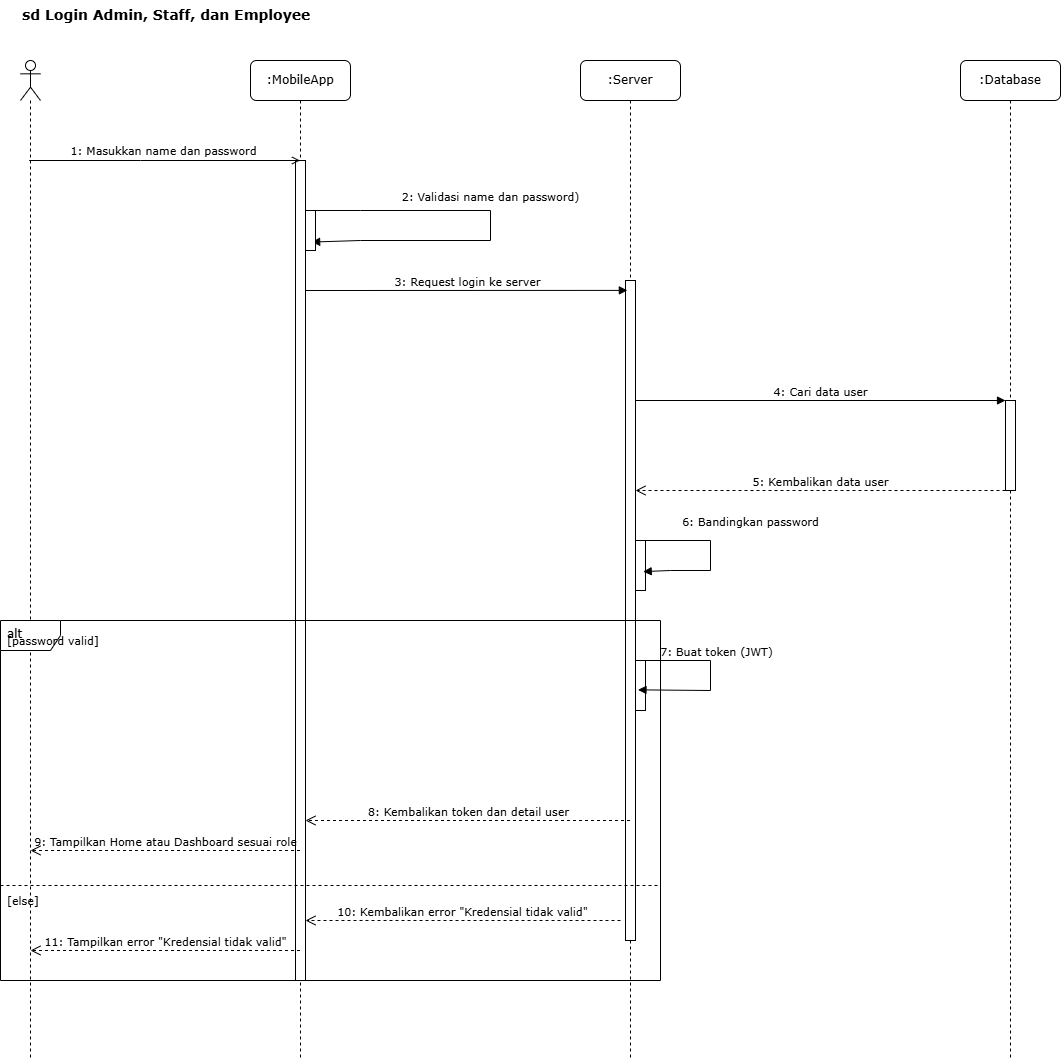
Earlier version of the draw.io export Diagram/sequence-diagram-skripsi-login.drawio.png (Rizz404/SKRIPSI_V2). Source tidied: cells renumbered, new cells last; positions are measured from the earlier drawing's top-left corner, leaving out a move shared by most shapes.
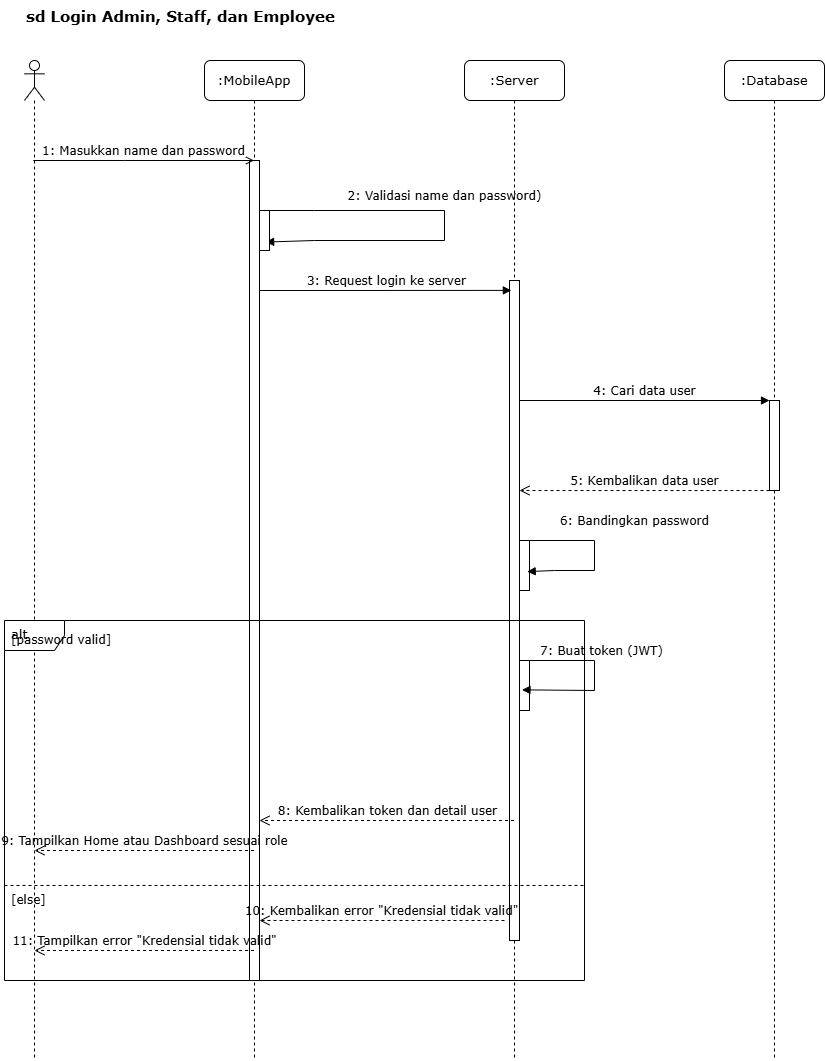
After the commit.

Commit message:
feat(diagram): tambahin semua deskripsi activity diagram

What changed in the source:
```diff
@@ -2,147 +2,147 @@
   <root>
     <mxCell id="0" />
     <mxCell id="1" parent="0" />
-    <mxCell id="2" value="sd Login Admin, Staff, dan Employee" style="text;html=1;strokeColor=none;fillColor=none;align=left;verticalAlign=top;whiteSpace=wrap;rounded=0;fontFamily=Verdana;fontSize=14;fontStyle=1;" parent="1" vertex="1">
-      <mxGeometry x="20" width="320" height="30" as="geometry" />
+    <mxCell id="2" value="sd Login Admin, Staff, dan Employee" style="text;html=1;strokeColor=none;fillColor=none;align=left;verticalAlign=top;whiteSpace=wrap;rounded=0;fontFamily=Verdana;fontSize=15;fontStyle=1;" parent="1" vertex="1">
+      <mxGeometry x="-60" width="320" height="30" as="geometry" />
     </mxCell>
-    <mxCell id="3" value=":MobileApp" style="shape=umlLifeline;perimeter=lifelinePerimeter;whiteSpace=wrap;html=1;outlineConnect=0;rounded=1;shadow=0;comic=0;labelBackgroundColor=none;strokeWidth=1;fontFamily=Verdana;fontSize=12;align=center;" parent="1" vertex="1">
-      <mxGeometry x="250" y="60" width="100" height="1000" as="geometry" />
+    <mxCell id="3" value=":MobileApp" style="shape=umlLifeline;perimeter=lifelinePerimeter;whiteSpace=wrap;html=1;outlineConnect=0;rounded=1;shadow=0;comic=0;labelBackgroundColor=none;strokeWidth=1;fontFamily=Verdana;fontSize=13;align=center;" parent="1" vertex="1">
+      <mxGeometry x="120" y="60" width="100" height="1000" as="geometry" />
     </mxCell>
-    <mxCell id="4" value=":Server" style="shape=umlLifeline;perimeter=lifelinePerimeter;whiteSpace=wrap;html=1;outlineConnect=0;rounded=1;shadow=0;comic=0;labelBackgroundColor=none;strokeWidth=1;fontFamily=Verdana;fontSize=12;align=center;" parent="1" vertex="1">
-      <mxGeometry x="580" y="60" width="100" height="1000" as="geometry" />
+    <mxCell id="4" value=":Server" style="shape=umlLifeline;perimeter=lifelinePerimeter;whiteSpace=wrap;html=1;outlineConnect=0;rounded=1;shadow=0;comic=0;labelBackgroundColor=none;strokeWidth=1;fontFamily=Verdana;fontSize=13;align=center;" parent="1" vertex="1">
+      <mxGeometry x="380" y="60" width="100" height="1000" as="geometry" />
     </mxCell>
-    <mxCell id="5" value=":Database" style="shape=umlLifeline;perimeter=lifelinePerimeter;whiteSpace=wrap;html=1;rounded=1;shadow=0;comic=0;labelBackgroundColor=none;strokeWidth=1;fontFamily=Verdana;fontSize=12;align=center;" parent="1" vertex="1">
-      <mxGeometry x="960" y="60" width="100" height="1000" as="geometry" />
+    <mxCell id="5" value=":Database" style="shape=umlLifeline;perimeter=lifelinePerimeter;whiteSpace=wrap;html=1;rounded=1;shadow=0;comic=0;labelBackgroundColor=none;strokeWidth=1;fontFamily=Verdana;fontSize=13;align=center;" parent="1" vertex="1">
+      <mxGeometry x="640" y="60" width="100" height="1000" as="geometry" />
     </mxCell>
     <mxCell id="6" style="html=1;perimeter=orthogonalPerimeter;fillColor=#ffffff;strokeColor=#000000;strokeWidth=1;" parent="1" vertex="1">
-      <mxGeometry x="295" y="160" width="10" height="820" as="geometry" />
+      <mxGeometry x="165" y="160" width="10" height="820" as="geometry" />
     </mxCell>
     <mxCell id="7" style="html=1;points=[];perimeter=orthogonalPerimeter;fillColor=#ffffff;strokeColor=#000000;strokeWidth=1;" parent="1" vertex="1">
-      <mxGeometry x="625" y="280" width="10" height="660" as="geometry" />
+      <mxGeometry x="425" y="280" width="10" height="660" as="geometry" />
     </mxCell>
     <mxCell id="8" style="html=1;perimeter=orthogonalPerimeter;fillColor=#ffffff;strokeColor=#000000;strokeWidth=1;" parent="1" vertex="1">
-      <mxGeometry x="1005" y="400" width="10" height="90" as="geometry" />
+      <mxGeometry x="685" y="400" width="10" height="90" as="geometry" />
     </mxCell>
-    <mxCell id="9" value="2: Validasi name dan password)" style="html=1;verticalAlign=bottom;endArrow=block;curved=0;labelBackgroundColor=none;fontFamily=Verdana;fontSize=11;rounded=0;entryX=0.614;entryY=0.789;entryDx=0;entryDy=0;entryPerimeter=0;" parent="1" edge="1" source="27" target="27">
+    <mxCell id="9" value="2: Validasi name dan password)" style="html=1;verticalAlign=bottom;endArrow=block;curved=0;labelBackgroundColor=none;fontFamily=Verdana;fontSize=12;rounded=0;entryX=0.614;entryY=0.789;entryDx=0;entryDy=0;entryPerimeter=0;" parent="1" edge="1" source="27" target="27">
       <mxGeometry x="-0.06" y="-10" relative="1" as="geometry">
         <Array as="points">
+          <mxPoint x="230" y="210" />
           <mxPoint x="360" y="210" />
-          <mxPoint x="490" y="210" />
-          <mxPoint x="490" y="240" />
           <mxPoint x="360" y="240" />
+          <mxPoint x="230" y="240" />
         </Array>
         <mxPoint x="10" y="-10" as="offset" />
       </mxGeometry>
     </mxCell>
-    <mxCell id="10" style="html=1;verticalAlign=bottom;endArrow=open;dashed=1;endSize=8;labelBackgroundColor=none;fontFamily=Verdana;fontSize=11;" parent="1" edge="1">
+    <mxCell id="10" style="html=1;verticalAlign=bottom;endArrow=open;dashed=1;endSize=8;labelBackgroundColor=none;fontFamily=Verdana;fontSize=12;" parent="1" edge="1">
       <mxGeometry relative="1" as="geometry">
-        <mxPoint x="275" y="250" as="sourcePoint" />
-        <mxPoint x="275" y="250" as="targetPoint" />
+        <mxPoint x="145" y="250" as="sourcePoint" />
+        <mxPoint x="145" y="250" as="targetPoint" />
       </mxGeometry>
     </mxCell>
-    <mxCell id="11" value="3: Request login ke server" style="html=1;verticalAlign=bottom;endArrow=block;labelBackgroundColor=none;fontFamily=Verdana;fontSize=11;entryX=0.186;entryY=0.015;entryDx=0;entryDy=0;entryPerimeter=0;" parent="1" edge="1" target="7">
+    <mxCell id="11" value="3: Request login ke server" style="html=1;verticalAlign=bottom;endArrow=block;labelBackgroundColor=none;fontFamily=Verdana;fontSize=12;entryX=0.186;entryY=0.015;entryDx=0;entryDy=0;entryPerimeter=0;" parent="1" edge="1" target="7">
       <mxGeometry relative="1" as="geometry">
-        <mxPoint x="305" y="290" as="sourcePoint" />
+        <mxPoint x="175" y="290" as="sourcePoint" />
       </mxGeometry>
     </mxCell>
-    <mxCell id="12" value="4: Cari data user" style="html=1;verticalAlign=bottom;endArrow=block;labelBackgroundColor=none;fontFamily=Verdana;fontSize=11;" parent="1" edge="1">
+    <mxCell id="12" value="4: Cari data user" style="html=1;verticalAlign=bottom;endArrow=block;labelBackgroundColor=none;fontFamily=Verdana;fontSize=12;" parent="1" edge="1">
       <mxGeometry relative="1" as="geometry">
-        <mxPoint x="635" y="400" as="sourcePoint" />
-        <mxPoint x="1005" y="400" as="targetPoint" />
+        <mxPoint x="435" y="400" as="sourcePoint" />
+        <mxPoint x="685" y="400" as="targetPoint" />
       </mxGeometry>
     </mxCell>
-    <mxCell id="13" value="5: Kembalikan data user" style="html=1;verticalAlign=bottom;endArrow=open;dashed=1;endSize=8;labelBackgroundColor=none;fontFamily=Verdana;fontSize=11;" parent="1" edge="1">
+    <mxCell id="13" value="5: Kembalikan data user" style="html=1;verticalAlign=bottom;endArrow=open;dashed=1;endSize=8;labelBackgroundColor=none;fontFamily=Verdana;fontSize=12;" parent="1" edge="1">
       <mxGeometry relative="1" as="geometry">
-        <mxPoint x="1005" y="490" as="sourcePoint" />
-        <mxPoint x="635" y="490" as="targetPoint" />
+        <mxPoint x="685" y="490" as="sourcePoint" />
+        <mxPoint x="435" y="490" as="targetPoint" />
       </mxGeometry>
     </mxCell>
     <mxCell id="14" style="html=1;points=[];perimeter=orthogonalPerimeter;fillColor=#ffffff;strokeColor=#000000;strokeWidth=1;" parent="1" vertex="1">
-      <mxGeometry x="635" y="540" width="10" height="50" as="geometry" />
+      <mxGeometry x="435" y="540" width="10" height="50" as="geometry" />
     </mxCell>
-    <mxCell id="15" value="6: Bandingkan password" style="html=1;verticalAlign=bottom;endArrow=block;curved=0;labelBackgroundColor=none;fontFamily=Verdana;fontSize=11;rounded=0;entryX=0.77;entryY=0.622;entryDx=0;entryDy=0;entryPerimeter=0;" parent="1" edge="1" target="14">
+    <mxCell id="15" value="6: Bandingkan password" style="html=1;verticalAlign=bottom;endArrow=block;curved=0;labelBackgroundColor=none;fontFamily=Verdana;fontSize=12;rounded=0;entryX=0.77;entryY=0.622;entryDx=0;entryDy=0;entryPerimeter=0;" parent="1" edge="1" target="14">
       <mxGeometry x="-0.13" y="41" relative="1" as="geometry">
-        <mxPoint x="635" y="540" as="sourcePoint" />
+        <mxPoint x="435" y="540" as="sourcePoint" />
         <Array as="points">
-          <mxPoint x="710" y="540" />
-          <mxPoint x="710" y="570" />
-          <mxPoint x="670" y="570" />
+          <mxPoint x="510" y="540" />
+          <mxPoint x="510" y="570" />
+          <mxPoint x="470" y="570" />
         </Array>
         <mxPoint x="-1" y="-10" as="offset" />
       </mxGeometry>
     </mxCell>
-    <mxCell id="16" style="html=1;verticalAlign=bottom;endArrow=open;dashed=1;endSize=8;labelBackgroundColor=none;fontFamily=Verdana;fontSize=11;" parent="1" edge="1">
+    <mxCell id="16" style="html=1;verticalAlign=bottom;endArrow=open;dashed=1;endSize=8;labelBackgroundColor=none;fontFamily=Verdana;fontSize=12;" parent="1" edge="1">
       <mxGeometry relative="1" as="geometry">
-        <mxPoint x="635" y="590" as="sourcePoint" />
-        <mxPoint x="635" y="590" as="targetPoint" />
+        <mxPoint x="435" y="590" as="sourcePoint" />
+        <mxPoint x="435" y="590" as="targetPoint" />
       </mxGeometry>
     </mxCell>
     <mxCell id="17" style="html=1;points=[];perimeter=orthogonalPerimeter;fillColor=#ffffff;strokeColor=#000000;strokeWidth=1;" parent="1" vertex="1">
-      <mxGeometry x="635" y="660" width="10" height="50" as="geometry" />
+      <mxGeometry x="435" y="660" width="10" height="50" as="geometry" />
     </mxCell>
-    <mxCell id="18" value="7: Buat token (JWT)" style="html=1;verticalAlign=bottom;endArrow=block;curved=0;labelBackgroundColor=none;fontFamily=Verdana;fontSize=11;entryX=0.248;entryY=0.587;entryDx=0;entryDy=0;entryPerimeter=0;rounded=0;" parent="1" edge="1" target="17">
+    <mxCell id="18" value="7: Buat token (JWT)" style="html=1;verticalAlign=bottom;endArrow=block;curved=0;labelBackgroundColor=none;fontFamily=Verdana;fontSize=12;entryX=0.248;entryY=0.587;entryDx=0;entryDy=0;entryPerimeter=0;rounded=0;" parent="1" edge="1" target="17">
       <mxGeometry x="-0.2" y="-10" relative="1" as="geometry">
-        <mxPoint x="635" y="660" as="sourcePoint" />
+        <mxPoint x="435" y="660" as="sourcePoint" />
         <Array as="points">
-          <mxPoint x="710" y="660" />
-          <mxPoint x="710" y="690" />
+          <mxPoint x="510" y="660" />
+          <mxPoint x="510" y="690" />
         </Array>
         <mxPoint x="10" y="-10" as="offset" />
       </mxGeometry>
     </mxCell>
-    <mxCell id="19" style="html=1;verticalAlign=bottom;endArrow=open;dashed=1;endSize=8;labelBackgroundColor=none;fontFamily=Verdana;fontSize=11;" parent="1" edge="1">
+    <mxCell id="19" style="html=1;verticalAlign=bottom;endArrow=open;dashed=1;endSize=8;labelBackgroundColor=none;fontFamily=Verdana;fontSize=12;" parent="1" edge="1">
       <mxGeometry relative="1" as="geometry">
-        <mxPoint x="635" y="710" as="sourcePoint" />
-        <mxPoint x="635" y="710" as="targetPoint" />
+        <mxPoint x="435" y="710" as="sourcePoint" />
+        <mxPoint x="435" y="710" as="targetPoint" />
       </mxGeometry>
     </mxCell>
-    <mxCell id="20" value="8: Kembalikan token dan detail user" style="html=1;verticalAlign=bottom;endArrow=open;dashed=1;endSize=8;labelBackgroundColor=none;fontFamily=Verdana;fontSize=11;" parent="1" edge="1" source="4">
+    <mxCell id="20" value="8: Kembalikan token dan detail user" style="html=1;verticalAlign=bottom;endArrow=open;dashed=1;endSize=8;labelBackgroundColor=none;fontFamily=Verdana;fontSize=12;" parent="1" edge="1" source="4">
       <mxGeometry relative="1" as="geometry">
-        <mxPoint x="305" y="820" as="targetPoint" />
+        <mxPoint x="175" y="820" as="targetPoint" />
       </mxGeometry>
     </mxCell>
-    <mxCell id="21" value="9: Tampilkan Home atau Dashboard sesuai role" style="html=1;verticalAlign=bottom;endArrow=open;dashed=1;endSize=8;labelBackgroundColor=none;fontFamily=Verdana;fontSize=11;entryX=0.5;entryY=0.79;entryDx=0;entryDy=0;entryPerimeter=0;" parent="1" edge="1" source="3" target="24">
+    <mxCell id="21" value="9: Tampilkan Home atau Dashboard sesuai role" style="html=1;verticalAlign=bottom;endArrow=open;dashed=1;endSize=8;labelBackgroundColor=none;fontFamily=Verdana;fontSize=12;entryX=0.5;entryY=0.79;entryDx=0;entryDy=0;entryPerimeter=0;" parent="1" edge="1" source="3" target="24">
       <mxGeometry relative="1" as="geometry" />
     </mxCell>
-    <mxCell id="22" value="10: Kembalikan error &quot;Kredensial tidak valid&quot;" style="html=1;verticalAlign=bottom;endArrow=open;dashed=1;endSize=8;labelBackgroundColor=none;fontFamily=Verdana;fontSize=11;" parent="1" edge="1">
+    <mxCell id="22" value="10: Kembalikan error &quot;Kredensial tidak valid&quot;" style="html=1;verticalAlign=bottom;endArrow=open;dashed=1;endSize=8;labelBackgroundColor=none;fontFamily=Verdana;fontSize=12;" parent="1" edge="1">
       <mxGeometry relative="1" as="geometry">
-        <mxPoint x="620" y="920" as="sourcePoint" />
-        <mxPoint x="305" y="920" as="targetPoint" />
+        <mxPoint x="420" y="920" as="sourcePoint" />
+        <mxPoint x="175" y="920" as="targetPoint" />
       </mxGeometry>
     </mxCell>
-    <mxCell id="23" value="11: Tampilkan error &quot;Kredensial tidak valid&quot;" style="html=1;verticalAlign=bottom;endArrow=open;dashed=1;endSize=8;labelBackgroundColor=none;fontFamily=Verdana;fontSize=11;entryX=0.5;entryY=0.89;entryDx=0;entryDy=0;entryPerimeter=0;" parent="1" edge="1" source="3" target="24">
+    <mxCell id="23" value="11: Tampilkan error &quot;Kredensial tidak valid&quot;" style="html=1;verticalAlign=bottom;endArrow=open;dashed=1;endSize=8;labelBackgroundColor=none;fontFamily=Verdana;fontSize=12;entryX=0.5;entryY=0.89;entryDx=0;entryDy=0;entryPerimeter=0;" parent="1" edge="1" source="3" target="24">
       <mxGeometry relative="1" as="geometry" />
     </mxCell>
     <mxCell id="24" style="shape=umlLifeline;perimeter=lifelinePerimeter;whiteSpace=wrap;html=1;outlineConnect=0;portConstraint=eastwest;newEdgeStyle={&quot;curved&quot;:0,&quot;rounded&quot;:0};participant=umlActor;" parent="1" vertex="1">
-      <mxGeometry x="20" y="60" width="20" height="1000" as="geometry" />
+      <mxGeometry x="-60" y="60" width="20" height="1000" as="geometry" />
     </mxCell>
-    <mxCell id="25" value="&lt;span style=&quot;font-family: Verdana;&quot;&gt;1: Masukkan name dan password&lt;/span&gt;" style="html=1;verticalAlign=bottom;labelBackgroundColor=none;endArrow=open;endFill=0;rounded=0;" parent="1" edge="1" source="24" target="3">
+    <mxCell id="25" value="&lt;span style=&quot;font-family: Verdana;&quot;&gt;1: Masukkan name dan password&lt;/span&gt;" style="html=1;verticalAlign=bottom;labelBackgroundColor=none;endArrow=open;endFill=0;rounded=0;fontSize=12;" parent="1" edge="1" source="24" target="3">
       <mxGeometry relative="1" as="geometry">
         <Array as="points">
-          <mxPoint x="140" y="160" />
+          <mxPoint x="40" y="160" />
         </Array>
       </mxGeometry>
     </mxCell>
-    <mxCell id="26" style="html=1;verticalAlign=bottom;endArrow=block;curved=0;labelBackgroundColor=none;fontFamily=Verdana;fontSize=11;rounded=0;" parent="1" edge="1" target="27">
+    <mxCell id="26" style="html=1;verticalAlign=bottom;endArrow=block;curved=0;labelBackgroundColor=none;fontFamily=Verdana;fontSize=12;rounded=0;" parent="1" edge="1" target="27">
       <mxGeometry x="-0.06" y="-10" relative="1" as="geometry">
-        <mxPoint x="305" y="210" as="sourcePoint" />
+        <mxPoint x="175" y="210" as="sourcePoint" />
         <mxPoint x="10" y="-10" as="offset" />
       </mxGeometry>
     </mxCell>
     <mxCell id="27" style="html=1;points=[];perimeter=orthogonalPerimeter;fillColor=#ffffff;strokeColor=#000000;strokeWidth=1;" parent="1" vertex="1">
-      <mxGeometry x="305" y="210" width="10" height="40" as="geometry" />
+      <mxGeometry x="175" y="210" width="10" height="40" as="geometry" />
     </mxCell>
-    <mxCell id="28" value="alt" style="shape=umlFrame;whiteSpace=wrap;html=1;verticalAlign=top;align=left;spacingLeft=5;fontFamily=Verdana;fontSize=12;" parent="1" vertex="1">
-      <mxGeometry y="620" width="660" height="360" as="geometry" />
+    <mxCell id="28" value="alt" style="shape=umlFrame;whiteSpace=wrap;html=1;verticalAlign=top;align=left;spacingLeft=5;fontFamily=Verdana;fontSize=13;" parent="1" vertex="1">
+      <mxGeometry x="-80" y="620" width="580" height="360" as="geometry" />
     </mxCell>
     <mxCell id="29" style="line;html=1;strokeWidth=1;dashed=1;align=center;verticalAlign=middle;" parent="28" vertex="1">
-      <mxGeometry y="260" width="660" height="10" as="geometry" />
+      <mxGeometry y="260" width="580" height="10" as="geometry" />
     </mxCell>
-    <mxCell id="30" value="[password valid]" style="text;html=1;align=left;verticalAlign=middle;strokeColor=none;fillColor=none;fontFamily=Verdana;fontSize=11;" parent="28" vertex="1">
-      <mxGeometry x="5" y="5" width="100" height="30" as="geometry" />
+    <mxCell id="30" value="[password valid]" style="text;html=1;align=left;verticalAlign=middle;strokeColor=none;fillColor=none;fontFamily=Verdana;fontSize=12;" parent="28" vertex="1">
+      <mxGeometry x="5" y="5" width="110" height="30" as="geometry" />
     </mxCell>
-    <mxCell id="31" value="[else]" style="text;html=1;align=left;verticalAlign=middle;strokeColor=none;fillColor=none;fontFamily=Verdana;fontSize=11;" parent="28" vertex="1">
-      <mxGeometry x="5" y="265" width="40" height="30" as="geometry" />
+    <mxCell id="31" value="[else]" style="text;html=1;align=left;verticalAlign=middle;strokeColor=none;fillColor=none;fontFamily=Verdana;fontSize=12;" parent="28" vertex="1">
+      <mxGeometry x="5" y="265" width="50" height="30" as="geometry" />
     </mxCell>
   </root>
 </mxGraphModel>
```
